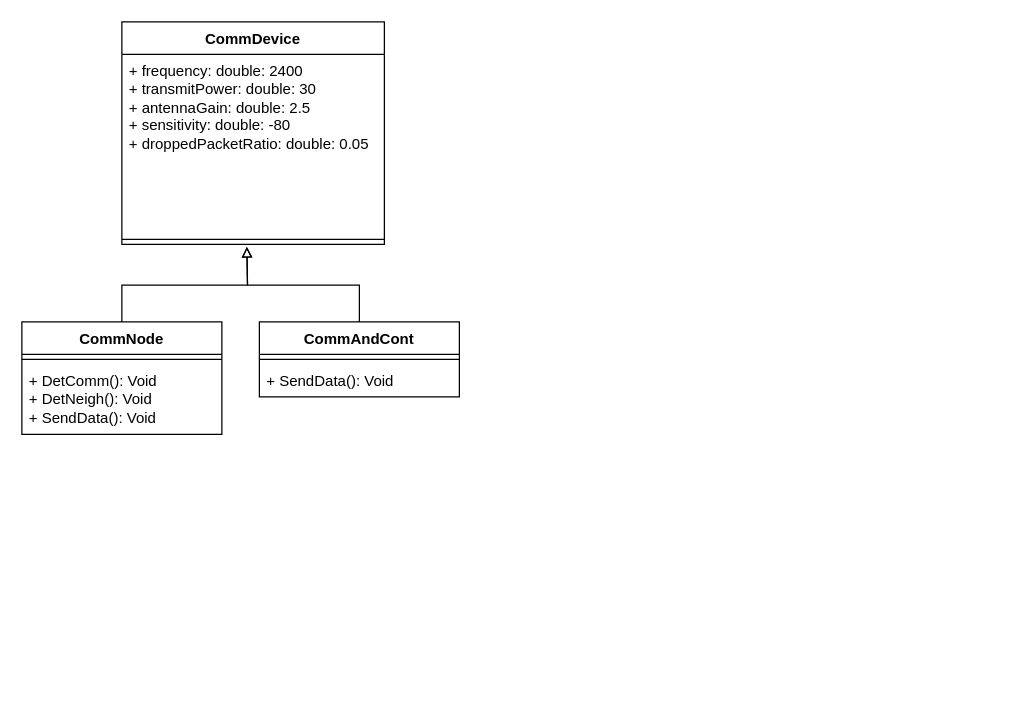
The draw.io diagram ClassDiagram.drawio in ConnorDariusM/UMLpractice, before the edit. Source tidied: cells renumbered, new cells numbered last; positions are measured from the earlier drawing's top-left corner, leaving out a move shared by most shapes. Both pictures are drawn from the tidied source at 125%, with x=0, y=0 at pixel (21, 21).
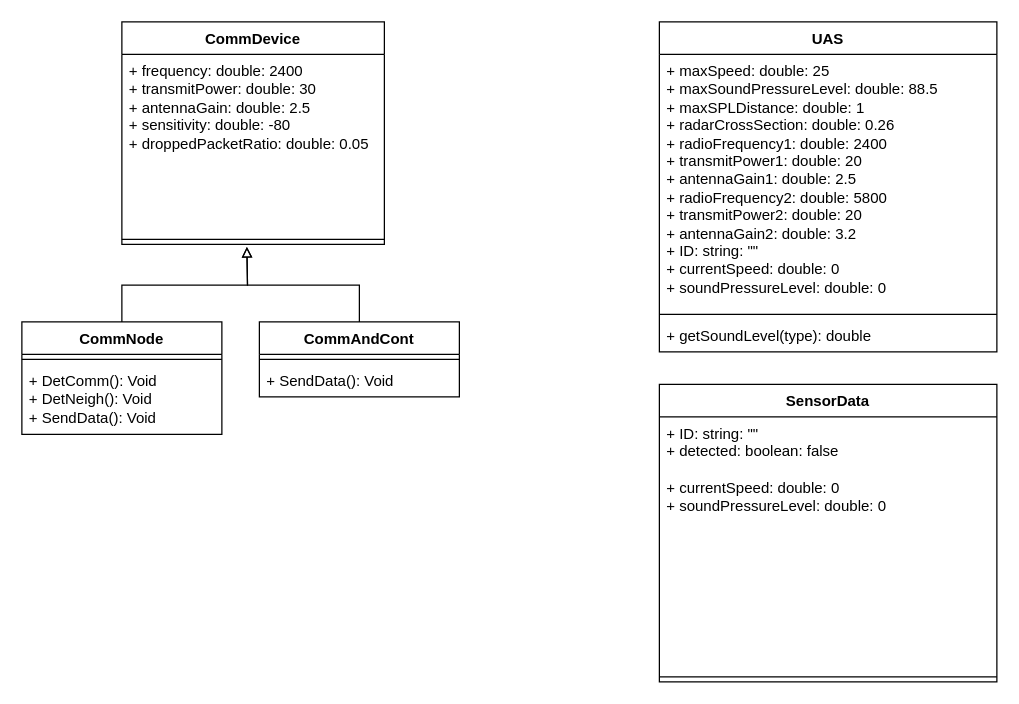
After the change.

Diff of the diagram source:
```diff
@@
+    <mxCell id="13" value="UAS" style="swimlane;fontStyle=1;align=center;verticalAlign=top;horizontal=1;startSize=26;whiteSpace=wrap;html=1;" parent="1" vertex="1">
+      <mxGeometry x="510" width="270" height="264" as="geometry" />
+    </mxCell>
+    <mxCell id="14" value="+ maxSpeed: double: 25&lt;div&gt;+ maxSoundPressureLevel: double: 88.5&lt;br&gt;&lt;/div&gt;&lt;div&gt;+ maxSPLDistance: double: 1&lt;br&gt;&lt;/div&gt;&lt;div&gt;+ radarCrossSection: double: 0.26&lt;br&gt;&lt;/div&gt;&lt;div&gt;+ radioFrequency1: double: 2400&lt;br&gt;&lt;/div&gt;&lt;div&gt;+ transmitPower1: double: 20&lt;br&gt;&lt;/div&gt;&lt;div&gt;+ antennaGain1: double: 2.5&lt;br&gt;&lt;/div&gt;&lt;div&gt;+ radioFrequency2: double: 5800&lt;br&gt;&lt;/div&gt;&lt;div&gt;+ transmitPower2: double: 20&lt;br&gt;&lt;/div&gt;&lt;div&gt;+ antennaGain2: double: 3.2&lt;br&gt;&lt;/div&gt;&lt;div&gt;+ ID: string: &quot;&quot;&lt;br&gt;&lt;/div&gt;&lt;div&gt;+ currentSpeed: double: 0&lt;br&gt;&lt;/div&gt;&lt;div&gt;+ soundPressureLevel: double: 0&lt;/div&gt;" style="text;strokeColor=none;fillColor=none;align=left;verticalAlign=top;spacingLeft=4;spacingRight=4;overflow=hidden;whiteSpace=wrap;html=1;" parent="13" vertex="1">
+      <mxGeometry y="26" width="270" height="204" as="geometry" />
+    </mxCell>
+    <mxCell id="15" style="line;strokeWidth=1;fillColor=none;align=left;verticalAlign=middle;spacingTop=-1;spacingLeft=3;spacingRight=3;labelPosition=right;strokeColor=inherit;" parent="13" vertex="1">
+      <mxGeometry y="230" width="270" height="8" as="geometry" />
+    </mxCell>
+    <mxCell id="16" value="+ getSoundLevel(type): double" style="text;strokeColor=none;fillColor=none;align=left;verticalAlign=top;spacingLeft=4;spacingRight=4;overflow=hidden;whiteSpace=wrap;html=1;" parent="13" vertex="1">
+      <mxGeometry y="238" width="270" height="26" as="geometry" />
+    </mxCell>
+    <mxCell id="17" value="SensorData" style="swimlane;fontStyle=1;align=center;verticalAlign=top;horizontal=1;startSize=26;whiteSpace=wrap;html=1;" parent="1" vertex="1">
+      <mxGeometry x="510" y="290" width="270" height="238" as="geometry" />
+    </mxCell>
+    <mxCell id="18" value="&lt;div&gt;&lt;span style=&quot;background-color: initial;&quot;&gt;+ ID: string: &quot;&quot;&lt;/span&gt;&lt;br&gt;&lt;/div&gt;&lt;div&gt;&lt;span style=&quot;background-color: initial;&quot;&gt;+ detected: boolean: false&lt;/span&gt;&lt;/div&gt;&lt;div&gt;&lt;span style=&quot;background-color: initial;&quot;&gt;&lt;br&gt;&lt;/span&gt;&lt;/div&gt;&lt;div&gt;+ currentSpeed: double: 0&lt;br&gt;&lt;/div&gt;&lt;div&gt;+ soundPressureLevel: double: 0&lt;/div&gt;" style="text;strokeColor=none;fillColor=none;align=left;verticalAlign=top;spacingLeft=4;spacingRight=4;overflow=hidden;whiteSpace=wrap;html=1;" parent="17" vertex="1">
+      <mxGeometry y="26" width="270" height="204" as="geometry" />
+    </mxCell>
+    <mxCell id="19" style="line;strokeWidth=1;fillColor=none;align=left;verticalAlign=middle;spacingTop=-1;spacingLeft=3;spacingRight=3;labelPosition=right;strokeColor=inherit;" parent="17" vertex="1">
+      <mxGeometry y="230" width="270" height="8" as="geometry" />
+    </mxCell>
```
